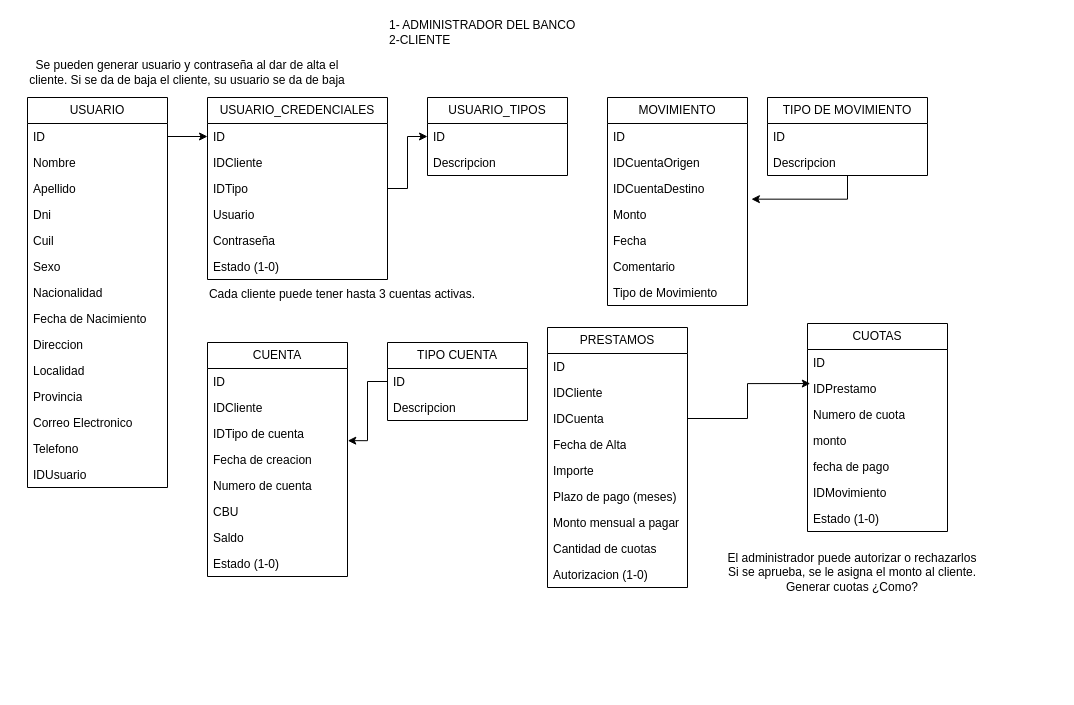
Earlier version of the draw.io diagram TPINT_GRUPO_3_LAB4/TPIntegrador_Entrega1.drawio (aylindaiana/TP_GRUPO3). Source tidied: cells renumbered, new cells numbered last; positions are measured from the earlier drawing's top-left corner, leaving out a move shared by most shapes. Both pictures are drawn from the tidied source at 100%, with x=0, y=0 at pixel (17, 17).
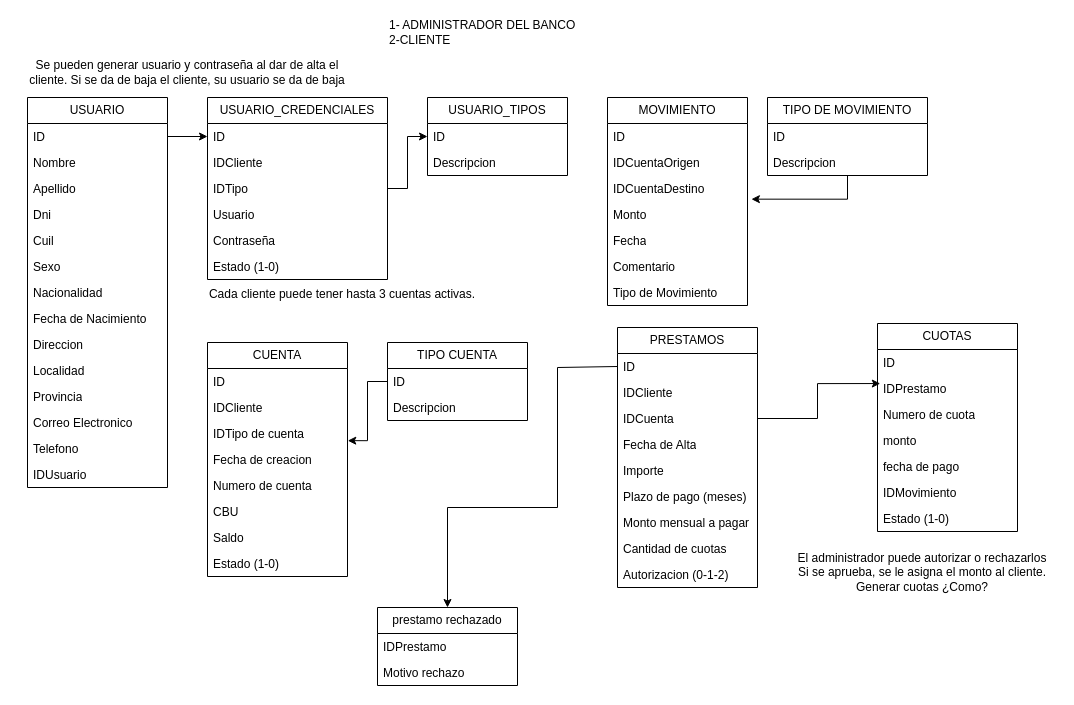
Above is the later version.

The change refers to these unchanged cells:
```xml
<mxCell id="40" value="ID" style="text;strokeColor=none;fillColor=none;align=left;verticalAlign=top;spacingLeft=4;spacingRight=4;overflow=hidden;points=[[0,0.5],[1,0.5]];portConstraint=eastwest;whiteSpace=wrap;html=1;" parent="39" vertex="1">
  <mxGeometry y="26" width="140" height="26" as="geometry" />
</mxCell>
```

The edit, as a diff of the source:
```diff
@@
     <mxCell id="39" value="PRESTAMOS" style="swimlane;fontStyle=0;horizontal=1;startSize=26;fillColor=none;whiteSpace=wrap;html=1;" parent="1" vertex="1">
-      <mxGeometry x="530" y="310" width="140" height="260" as="geometry" />
+      <mxGeometry x="600" y="310" width="140" height="260" as="geometry" />
     </mxCell>
@@
-    <mxCell id="48" value="Autorizacion (1-0)" style="text;strokeColor=none;fillColor=none;align=left;verticalAlign=top;spacingLeft=4;spacingRight=4;overflow=hidden;whiteSpace=wrap;html=1;" parent="39" vertex="1">
+    <mxCell id="48" value="Autorizacion (0-1-2)" style="text;strokeColor=none;fillColor=none;align=left;verticalAlign=top;spacingLeft=4;spacingRight=4;overflow=hidden;whiteSpace=wrap;html=1;" parent="39" vertex="1">
       <mxGeometry y="234" width="140" height="26" as="geometry" />
     </mxCell>
     <mxCell id="49" value="El administrador puede autorizar o rechazarlos&lt;div&gt;Si se aprueba, se le asigna el monto al cliente.&lt;/div&gt;&lt;div&gt;Generar cuotas ¿Como?&lt;/div&gt;" style="text;strokeColor=none;align=center;fillColor=none;html=1;verticalAlign=middle;whiteSpace=wrap;rounded=0;" parent="1" vertex="1">
-      <mxGeometry x="700" y="540" width="270" height="30" as="geometry" />
+      <mxGeometry x="770" y="540" width="270" height="30" as="geometry" />
     </mxCell>
@@
     <mxCell id="61" value="CUOTAS" style="swimlane;fontStyle=0;horizontal=1;startSize=26;fillColor=none;whiteSpace=wrap;html=1;" parent="1" vertex="1">
-      <mxGeometry x="790" y="306" width="140" height="208" as="geometry" />
+      <mxGeometry x="860" y="306" width="140" height="208" as="geometry" />
     </mxCell>
@@
+    <mxCell id="77" value="prestamo rechazado" style="swimlane;fontStyle=0;horizontal=1;startSize=26;fillColor=none;whiteSpace=wrap;html=1;" parent="1" vertex="1">
+      <mxGeometry x="360" y="590" width="140" height="78" as="geometry" />
+    </mxCell>
+    <mxCell id="78" value="IDPrestamo" style="text;strokeColor=none;fillColor=none;align=left;verticalAlign=top;spacingLeft=4;spacingRight=4;overflow=hidden;whiteSpace=wrap;html=1;" parent="77" vertex="1">
+      <mxGeometry y="26" width="140" height="26" as="geometry" />
+    </mxCell>
+    <mxCell id="79" value="Motivo rechazo" style="text;strokeColor=none;fillColor=none;align=left;verticalAlign=top;spacingLeft=4;spacingRight=4;overflow=hidden;whiteSpace=wrap;html=1;" parent="77" vertex="1">
+      <mxGeometry y="52" width="140" height="26" as="geometry" />
+    </mxCell>
+    <mxCell id="80" style="rounded=0;jettySize=auto;html=1;entryX=0.5;entryY=0;entryDx=0;entryDy=0;exitX=0;exitY=0.5;exitDx=0;exitDy=0;" parent="1" edge="1" source="40" target="77">
+      <mxGeometry relative="1" as="geometry">
+        <Array as="points">
+          <mxPoint x="540" y="350" />
+          <mxPoint x="540" y="490" />
+          <mxPoint x="430" y="490" />
+        </Array>
+      </mxGeometry>
+    </mxCell>
```
